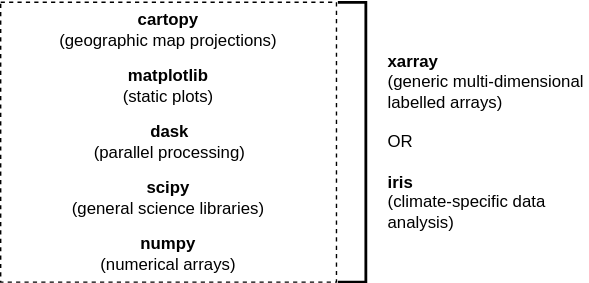
PyAOS/pyaos.github.io keeps this draw.io diagram as images/pyaos-stack.svg. Above is the earlier version. Source tidied: cells renumbered, new cells last; positions are measured from the earlier drawing's top-left corner, leaving out a move shared by most shapes. Source of this version:
```xml
<mxGraphModel background="#ffffff">
  <root>
    <mxCell id="0" />
    <mxCell id="1" parent="0" />
    <mxCell id="2" style="whiteSpace=wrap;html=1;align=right;fillColor=none;strokeColor=#000000;dashed=1;" parent="1" vertex="1">
      <mxGeometry width="240" height="200" as="geometry" />
    </mxCell>
    <mxCell id="3" value="&lt;b&gt;numpy&lt;/b&gt;&lt;br&gt;(numerical arrays)&lt;br&gt;" style="text;html=1;strokeColor=none;fillColor=none;align=center;verticalAlign=middle;whiteSpace=wrap;" parent="1" vertex="1">
      <mxGeometry y="160" width="240" height="40" as="geometry" />
    </mxCell>
    <mxCell id="4" value="&lt;div align=&quot;center&quot;&gt;&lt;b&gt;scipy&lt;/b&gt;&lt;/div&gt;&lt;div align=&quot;center&quot;&gt;(general science libraries)&lt;br&gt;&lt;/div&gt;" style="text;html=1;strokeColor=none;fillColor=none;align=center;verticalAlign=middle;whiteSpace=wrap;" parent="1" vertex="1">
      <mxGeometry y="120" width="240" height="40" as="geometry" />
    </mxCell>
    <mxCell id="5" value="&lt;b&gt;matplotlib&lt;/b&gt;&lt;br&gt;(static plots)&lt;br&gt;" style="text;html=1;strokeColor=none;fillColor=none;align=center;verticalAlign=middle;whiteSpace=wrap;" parent="1" vertex="1">
      <mxGeometry y="40" width="240" height="40" as="geometry" />
    </mxCell>
    <mxCell id="6" value="&lt;b&gt;cartopy&lt;/b&gt;&lt;br&gt;(geographic map projections)" style="text;html=1;strokeColor=none;fillColor=none;align=center;verticalAlign=middle;whiteSpace=wrap;" parent="1" vertex="1">
      <mxGeometry width="240" height="40" as="geometry" />
    </mxCell>
    <mxCell id="7" style="strokeWidth=2;html=1;shape=mxgraph.flowchart.annotation_1;align=left;flipV=0;flipH=1;" parent="1" vertex="1">
      <mxGeometry x="241" width="20" height="200" as="geometry" />
    </mxCell>
    <mxCell id="8" style="edgeStyle=none;rounded=0;html=1;exitX=0.25;exitY=1;entryX=0.25;entryY=1;jettySize=auto;orthogonalLoop=1;" parent="1" edge="1" source="6" target="6">
      <mxGeometry relative="1" as="geometry" />
    </mxCell>
    <mxCell id="9" value="&lt;div align=&quot;left&quot;&gt;&lt;b&gt;xarray&lt;/b&gt;&lt;br&gt;(generic multi-dimensional labelled arrays)&lt;/div&gt;&lt;div align=&quot;left&quot;&gt;&amp;nbsp;&lt;/div&gt;&lt;div align=&quot;left&quot;&gt;OR&amp;nbsp;&lt;/div&gt;&lt;div align=&quot;left&quot;&gt;&lt;b&gt;&lt;br&gt;&lt;/b&gt;&lt;/div&gt;&lt;div align=&quot;left&quot;&gt;&lt;b&gt;iris&lt;/b&gt;&lt;br&gt;(climate-specific data analysis)&lt;/div&gt;" style="text;html=1;strokeColor=none;fillColor=none;align=left;verticalAlign=middle;whiteSpace=wrap;" parent="1" vertex="1">
      <mxGeometry x="275" width="145" height="200" as="geometry" />
    </mxCell>
    <mxCell id="10" value="&lt;div align=&quot;center&quot;&gt;&lt;b&gt;dask&lt;/b&gt;&lt;/div&gt;&lt;div align=&quot;center&quot;&gt;(parallel processing)&lt;br&gt;&lt;/div&gt;" style="text;html=1;strokeColor=none;fillColor=none;align=center;verticalAlign=middle;whiteSpace=wrap;" parent="1" vertex="1">
      <mxGeometry x="1" y="80" width="240" height="40" as="geometry" />
    </mxCell>
  </root>
</mxGraphModel>
```
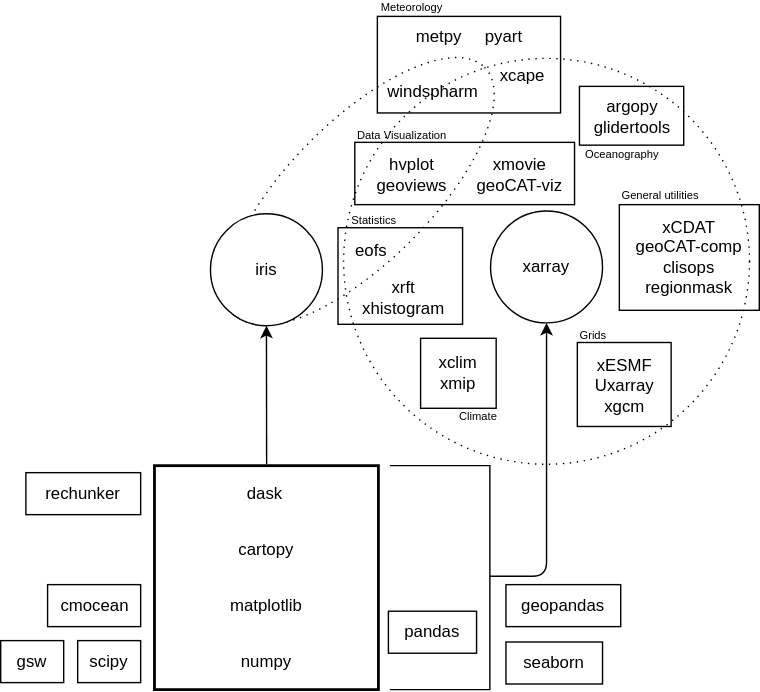
After the commit.

Commit message:
Update PyAOS stack diagram

Diff of the diagram source:
```diff
@@ -2,32 +2,144 @@
   <root>
     <mxCell id="0" />
     <mxCell id="1" parent="0" />
-    <mxCell id="2" style="whiteSpace=wrap;html=1;align=right;fillColor=none;strokeColor=#000000;dashed=1;" parent="1" vertex="1">
-      <mxGeometry width="240" height="200" as="geometry" />
-    </mxCell>
+    <mxCell id="11" style="strokeWidth=1;html=1;shape=mxgraph.flowchart.annotation_1;align=left;rotation=-180;" parent="1" vertex="1">
+      <mxGeometry x="448" y="-39" width="71.5" height="160" as="geometry" />
+    </mxCell>
+    <mxCell id="12" style="rounded=0;whiteSpace=wrap;html=1;fillColor=none;" parent="1" vertex="1">
+      <mxGeometry x="439.1" y="-360" width="130.9" height="69" as="geometry" />
+    </mxCell>
-    <mxCell id="3" value="&lt;b&gt;numpy&lt;/b&gt;&lt;br&gt;(numerical arrays)&lt;br&gt;" style="text;html=1;strokeColor=none;fillColor=none;align=center;verticalAlign=middle;whiteSpace=wrap;" parent="1" vertex="1">
-      <mxGeometry y="160" width="240" height="40" as="geometry" />
+    <mxCell id="3" style="ellipse;whiteSpace=wrap;html=1;dashed=1;fillColor=none;rotation=-45;dashPattern=1 4;" parent="1" vertex="1">
+      <mxGeometry x="301.5" y="-285.5" width="250.9" height="101" as="geometry" />
     </mxCell>
-    <mxCell id="4" value="&lt;div align=&quot;center&quot;&gt;&lt;b&gt;scipy&lt;/b&gt;&lt;/div&gt;&lt;div align=&quot;center&quot;&gt;(general science libraries)&lt;br&gt;&lt;/div&gt;" style="text;html=1;strokeColor=none;fillColor=none;align=center;verticalAlign=middle;whiteSpace=wrap;" parent="1" vertex="1">
-      <mxGeometry y="120" width="240" height="40" as="geometry" />
+    <mxCell id="4" style="ellipse;whiteSpace=wrap;html=1;fillColor=none;dashed=1;dashPattern=1 4;" parent="1" vertex="1">
+      <mxGeometry x="415" y="-330" width="290" height="290" as="geometry" />
     </mxCell>
-    <mxCell id="5" value="&lt;b&gt;matplotlib&lt;/b&gt;&lt;br&gt;(static plots)&lt;br&gt;" style="text;html=1;strokeColor=none;fillColor=none;align=center;verticalAlign=middle;whiteSpace=wrap;" parent="1" vertex="1">
-      <mxGeometry y="40" width="240" height="40" as="geometry" />
+    <mxCell id="5" value="dask" style="text;html=1;strokeColor=none;fillColor=none;align=center;verticalAlign=middle;whiteSpace=wrap;" parent="1" vertex="1">
+      <mxGeometry x="279.1" y="-39" width="160" height="40" as="geometry" />
     </mxCell>
-    <mxCell id="6" value="&lt;b&gt;cartopy&lt;/b&gt;&lt;br&gt;(geographic map projections)" style="text;html=1;strokeColor=none;fillColor=none;align=center;verticalAlign=middle;whiteSpace=wrap;" parent="1" vertex="1">
-      <mxGeometry width="240" height="40" as="geometry" />
+    <mxCell id="6" style="rounded=0;whiteSpace=wrap;html=1;fillColor=none;strokeWidth=2;" parent="1" vertex="1">
+      <mxGeometry x="279.9" y="-39" width="160" height="160" as="geometry" />
     </mxCell>
+    <mxCell id="13" value="cmocean" style="text;html=1;fillColor=none;align=center;verticalAlign=middle;whiteSpace=wrap;strokeColor=#000000;" parent="1" vertex="1">
+      <mxGeometry x="203.5" y="46" width="66.5" height="30" as="geometry" />
+    </mxCell>
+    <mxCell id="14" value="numpy" style="text;html=1;strokeColor=none;fillColor=none;align=center;verticalAlign=middle;whiteSpace=wrap;" parent="1" vertex="1">
+      <mxGeometry x="279.9" y="81" width="160" height="40" as="geometry" />
+    </mxCell>
+    <mxCell id="15" value="&lt;div align=&quot;center&quot;&gt;scipy&lt;/div&gt;" style="text;html=1;fillColor=none;align=center;verticalAlign=middle;whiteSpace=wrap;strokeColor=#000000;" parent="1" vertex="1">
+      <mxGeometry x="225" y="86" width="45" height="30" as="geometry" />
+    </mxCell>
+    <mxCell id="16" value="matplotlib" style="text;html=1;strokeColor=none;fillColor=none;align=center;verticalAlign=middle;whiteSpace=wrap;" parent="1" vertex="1">
+      <mxGeometry x="279.9" y="41" width="160" height="40" as="geometry" />
+    </mxCell>
+    <mxCell id="17" value="cartopy" style="text;html=1;strokeColor=none;fillColor=none;align=center;verticalAlign=middle;whiteSpace=wrap;" parent="1" vertex="1">
+      <mxGeometry x="279.9" y="1" width="160" height="40" as="geometry" />
+    </mxCell>
+    <mxCell id="18" style="edgeStyle=none;rounded=0;html=1;exitX=0.25;exitY=1;entryX=0.25;entryY=1;jettySize=auto;orthogonalLoop=1;" parent="1" edge="1" source="17" target="17">
+      <mxGeometry relative="1" as="geometry" />
+    </mxCell>
-    <mxCell id="7" style="strokeWidth=2;html=1;shape=mxgraph.flowchart.annotation_1;align=left;flipV=0;flipH=1;" parent="1" vertex="1">
-      <mxGeometry x="241" width="20" height="200" as="geometry" />
+    <mxCell id="7" value="pandas" style="text;html=1;fillColor=none;align=center;verticalAlign=middle;whiteSpace=wrap;strokeColor=#000000;" parent="1" vertex="1">
+      <mxGeometry x="447" y="65" width="63" height="30" as="geometry" />
     </mxCell>
+    <mxCell id="19" value="geopandas" style="text;html=1;fillColor=none;align=center;verticalAlign=middle;whiteSpace=wrap;strokeColor=#000000;" parent="1" vertex="1">
+      <mxGeometry x="531" y="46" width="82" height="30" as="geometry" />
+    </mxCell>
+    <mxCell id="20" value="seaborn" style="text;html=1;fillColor=none;align=center;verticalAlign=middle;whiteSpace=wrap;strokeColor=#000000;" parent="1" vertex="1">
+      <mxGeometry x="531" y="87" width="69" height="30" as="geometry" />
+    </mxCell>
+    <mxCell id="21" value="rechunker" style="text;html=1;fillColor=none;align=center;verticalAlign=middle;whiteSpace=wrap;strokeColor=#000000;" parent="1" vertex="1">
+      <mxGeometry x="188" y="-34" width="82" height="30" as="geometry" />
+    </mxCell>
+    <mxCell id="22" style="endArrow=classic;html=1;entryX=0.5;entryY=1;entryDx=0;entryDy=0;" parent="1" edge="1" target="26">
+      <mxGeometry relative="1" as="geometry">
+        <mxPoint x="360" y="-40" as="sourcePoint" />
+      </mxGeometry>
+    </mxCell>
+    <mxCell id="23" style="endArrow=classic;html=1;entryX=0.5;entryY=1;entryDx=0;entryDy=0;" parent="1" edge="1" target="25">
+      <mxGeometry relative="1" as="geometry">
+        <mxPoint x="519.5" y="40" as="sourcePoint" />
+        <Array as="points">
+          <mxPoint x="560" y="40" />
+        </Array>
+      </mxGeometry>
+    </mxCell>
-    <mxCell id="8" style="edgeStyle=none;rounded=0;html=1;exitX=0.25;exitY=1;entryX=0.25;entryY=1;jettySize=auto;orthogonalLoop=1;" parent="1" edge="1" source="6" target="6">
-      <mxGeometry relative="1" as="geometry" />
+    <mxCell id="8" value="gsw" style="text;html=1;fillColor=none;align=center;verticalAlign=middle;whiteSpace=wrap;strokeColor=#000000;" parent="1" vertex="1">
+      <mxGeometry x="170" y="86" width="45" height="30" as="geometry" />
     </mxCell>
-    <mxCell id="9" value="&lt;div align=&quot;left&quot;&gt;&lt;b&gt;xarray&lt;/b&gt;&lt;br&gt;(generic multi-dimensional labelled arrays)&lt;/div&gt;&lt;div align=&quot;left&quot;&gt;&amp;nbsp;&lt;/div&gt;&lt;div align=&quot;left&quot;&gt;OR&amp;nbsp;&lt;/div&gt;&lt;div align=&quot;left&quot;&gt;&lt;b&gt;&lt;br&gt;&lt;/b&gt;&lt;/div&gt;&lt;div align=&quot;left&quot;&gt;&lt;b&gt;iris&lt;/b&gt;&lt;br&gt;(climate-specific data analysis)&lt;/div&gt;" style="text;html=1;strokeColor=none;fillColor=none;align=left;verticalAlign=middle;whiteSpace=wrap;" parent="1" vertex="1">
-      <mxGeometry x="275" width="145" height="200" as="geometry" />
+    <mxCell id="9" value="&lt;div style=&quot;font-size: 8px&quot; align=&quot;left&quot;&gt;Data Visualization&lt;/div&gt;" style="text;html=1;strokeColor=none;fillColor=none;align=left;verticalAlign=middle;whiteSpace=wrap;" parent="1" vertex="1">
+      <mxGeometry x="423.1" y="-280" width="79.8" height="9" as="geometry" />
     </mxCell>
-    <mxCell id="10" value="&lt;div align=&quot;center&quot;&gt;&lt;b&gt;dask&lt;/b&gt;&lt;/div&gt;&lt;div align=&quot;center&quot;&gt;(parallel processing)&lt;br&gt;&lt;/div&gt;" style="text;html=1;strokeColor=none;fillColor=none;align=center;verticalAlign=middle;whiteSpace=wrap;" parent="1" vertex="1">
-      <mxGeometry x="1" y="80" width="240" height="40" as="geometry" />
-    </mxCell>
+    <mxCell id="24" value="&lt;div&gt;xCDAT&lt;/div&gt;&lt;div&gt;geoCAT-comp&lt;/div&gt;&lt;div&gt;clisops&lt;/div&gt;&lt;div&gt;regionmask&lt;br&gt;&lt;/div&gt;" style="text;html=1;fillColor=none;align=center;verticalAlign=middle;whiteSpace=wrap;strokeColor=default;" parent="1" vertex="1">
+      <mxGeometry x="612" y="-225.5" width="100" height="75.5" as="geometry" />
+    </mxCell>
+    <mxCell id="25" value="xarray" style="ellipse;whiteSpace=wrap;html=1;" parent="1" vertex="1">
+      <mxGeometry x="520" y="-221" width="80" height="80" as="geometry" />
+    </mxCell>
+    <mxCell id="26" value="iris" style="ellipse;whiteSpace=wrap;html=1;" parent="1" vertex="1">
+      <mxGeometry x="319.9" y="-219" width="80" height="80" as="geometry" />
+    </mxCell>
+    <mxCell id="27" value="&lt;div&gt;hvplot&lt;/div&gt;&lt;div&gt;geoviews&lt;br&gt;&lt;/div&gt;" style="rounded=0;whiteSpace=wrap;html=1;fillColor=none;strokeColor=none;" parent="1" vertex="1">
+      <mxGeometry x="429" y="-267" width="70" height="40" as="geometry" />
+    </mxCell>
+    <mxCell id="28" value="&lt;div&gt;xmovie&lt;/div&gt;&lt;div&gt;geoCAT-viz&lt;br&gt;&lt;/div&gt;" style="rounded=0;whiteSpace=wrap;html=1;fillColor=none;strokeColor=none;" parent="1" vertex="1">
+      <mxGeometry x="506" y="-267" width="70" height="40" as="geometry" />
+    </mxCell>
+    <mxCell id="29" value="&lt;div&gt;eofs&lt;br&gt;&lt;/div&gt;" style="rounded=0;whiteSpace=wrap;html=1;fillColor=none;strokeColor=none;" parent="1" vertex="1">
+      <mxGeometry x="410" y="-203" width="50" height="21" as="geometry" />
+    </mxCell>
+    <mxCell id="30" value="&lt;div&gt;xrft&lt;/div&gt;&lt;div&gt;xhistogram&lt;br&gt;&lt;/div&gt;" style="rounded=0;whiteSpace=wrap;html=1;fillColor=none;strokeColor=none;" parent="1" vertex="1">
+      <mxGeometry x="423" y="-179" width="70" height="40" as="geometry" />
+    </mxCell>
+    <mxCell id="31" value="&lt;div&gt;xclim&lt;/div&gt;&lt;div&gt;xmip&lt;br&gt;&lt;/div&gt;" style="rounded=0;whiteSpace=wrap;html=1;fillColor=none;strokeColor=none;" parent="1" vertex="1">
+      <mxGeometry x="462" y="-130" width="70" height="50" as="geometry" />
+    </mxCell>
+    <mxCell id="32" value="&lt;div&gt;xcape&lt;br&gt;&lt;/div&gt;" style="rounded=0;whiteSpace=wrap;html=1;fillColor=none;strokeColor=none;" parent="1" vertex="1">
+      <mxGeometry x="508" y="-329" width="70" height="23" as="geometry" />
+    </mxCell>
+    <mxCell id="33" value="&lt;div&gt;argopy&lt;/div&gt;&lt;div&gt;glidertools&lt;br&gt;&lt;/div&gt;" style="text;html=1;align=center;verticalAlign=middle;strokeColor=none;fillColor=none;dashed=1;" parent="1" vertex="1">
+      <mxGeometry x="581" y="-308" width="80" height="40" as="geometry" />
+    </mxCell>
+    <mxCell id="34" value="&lt;div&gt;windspharm&lt;br&gt;&lt;/div&gt;" style="rounded=0;whiteSpace=wrap;html=1;fillColor=none;strokeColor=none;" parent="1" vertex="1">
+      <mxGeometry x="443.5" y="-321" width="70" height="30" as="geometry" />
+    </mxCell>
+    <mxCell id="2" value="&lt;div&gt;metpy&amp;nbsp;&amp;nbsp;&amp;nbsp;&amp;nbsp; pyart&lt;/div&gt;" style="rounded=0;whiteSpace=wrap;html=1;fillColor=none;strokeColor=none;" parent="1" vertex="1">
+      <mxGeometry x="440" y="-360" width="130" height="30" as="geometry" />
+    </mxCell>
+    <mxCell id="35" value="&lt;div&gt;xESMF&lt;/div&gt;&lt;div&gt;Uxarray&lt;br&gt;&lt;/div&gt;&lt;div&gt;xgcm&lt;br&gt;&lt;/div&gt;" style="rounded=0;whiteSpace=wrap;html=1;fillColor=none;strokeColor=none;" parent="1" vertex="1">
+      <mxGeometry x="581" y="-121" width="70" height="50" as="geometry" />
+    </mxCell>
+    <mxCell id="36" style="rounded=0;whiteSpace=wrap;html=1;fillColor=none;" parent="1" vertex="1">
+      <mxGeometry x="423" y="-270" width="157" height="44.5" as="geometry" />
+    </mxCell>
+    <mxCell id="37" value="&lt;div style=&quot;font-size: 8px&quot; align=&quot;left&quot;&gt;Meteorology&lt;br&gt;&lt;/div&gt;" style="text;html=1;strokeColor=none;fillColor=none;align=left;verticalAlign=middle;whiteSpace=wrap;" parent="1" vertex="1">
+      <mxGeometry x="440" y="-371" width="79.8" height="9" as="geometry" />
+    </mxCell>
+    <mxCell id="38" style="rounded=0;whiteSpace=wrap;html=1;fillColor=none;" parent="1" vertex="1">
+      <mxGeometry x="411" y="-209" width="89" height="69" as="geometry" />
+    </mxCell>
+    <mxCell id="39" style="rounded=0;whiteSpace=wrap;html=1;fillColor=none;" parent="1" vertex="1">
+      <mxGeometry x="470" y="-130" width="54" height="50" as="geometry" />
+    </mxCell>
+    <mxCell id="40" value="&lt;div style=&quot;font-size: 8px&quot;&gt;Climate&lt;br&gt;&lt;/div&gt;" style="text;html=1;strokeColor=none;fillColor=none;align=right;verticalAlign=middle;whiteSpace=wrap;" parent="1" vertex="1">
+      <mxGeometry x="473" y="-79" width="54" height="9" as="geometry" />
+    </mxCell>
+    <mxCell id="41" style="rounded=0;whiteSpace=wrap;html=1;fillColor=none;" parent="1" vertex="1">
+      <mxGeometry x="582" y="-127" width="67" height="60" as="geometry" />
+    </mxCell>
+    <mxCell id="42" style="rounded=0;whiteSpace=wrap;html=1;fillColor=none;" parent="1" vertex="1">
+      <mxGeometry x="583.5" y="-310" width="74.5" height="42" as="geometry" />
+    </mxCell>
+    <mxCell id="43" value="&lt;div style=&quot;font-size: 8px&quot; align=&quot;left&quot;&gt;Oceanography&lt;/div&gt;" style="text;html=1;strokeColor=none;fillColor=none;align=left;verticalAlign=middle;whiteSpace=wrap;" parent="1" vertex="1">
+      <mxGeometry x="585.5" y="-266" width="79.8" height="9" as="geometry" />
+    </mxCell>
+    <mxCell id="44" value="&lt;div style=&quot;font-size: 8px&quot; align=&quot;left&quot;&gt;General utilities&lt;br&gt;&lt;/div&gt;" style="text;html=1;strokeColor=none;fillColor=none;align=left;verticalAlign=middle;whiteSpace=wrap;" parent="1" vertex="1">
+      <mxGeometry x="612" y="-235" width="79.8" height="6" as="geometry" />
+    </mxCell>
+    <mxCell id="45" value="&lt;font style=&quot;font-size: 11px;&quot;&gt;&lt;font style=&quot;font-size: 10px;&quot;&gt;&lt;font style=&quot;font-size: 9px;&quot;&gt;&lt;font style=&quot;font-size: 8px;&quot;&gt;Grids&lt;/font&gt;&lt;/font&gt;&lt;/font&gt;&lt;/font&gt;" style="text;html=1;strokeColor=none;fillColor=none;align=left;verticalAlign=middle;whiteSpace=wrap;" parent="1" vertex="1">
+      <mxGeometry x="582" y="-136" width="79.8" height="6" as="geometry" />
+    </mxCell>
+    <mxCell id="46" value="&lt;font style=&quot;font-size: 11px;&quot;&gt;&lt;font style=&quot;font-size: 10px;&quot;&gt;&lt;font style=&quot;font-size: 9px;&quot;&gt;&lt;font style=&quot;font-size: 8px;&quot;&gt;Statistics&lt;/font&gt;&lt;/font&gt;&lt;/font&gt;&lt;/font&gt;" style="text;html=1;strokeColor=none;fillColor=none;align=left;verticalAlign=middle;whiteSpace=wrap;" parent="1" vertex="1">
+      <mxGeometry x="419" y="-218" width="113" height="6" as="geometry" />
+    </mxCell>
   </root>
 </mxGraphModel>
```
